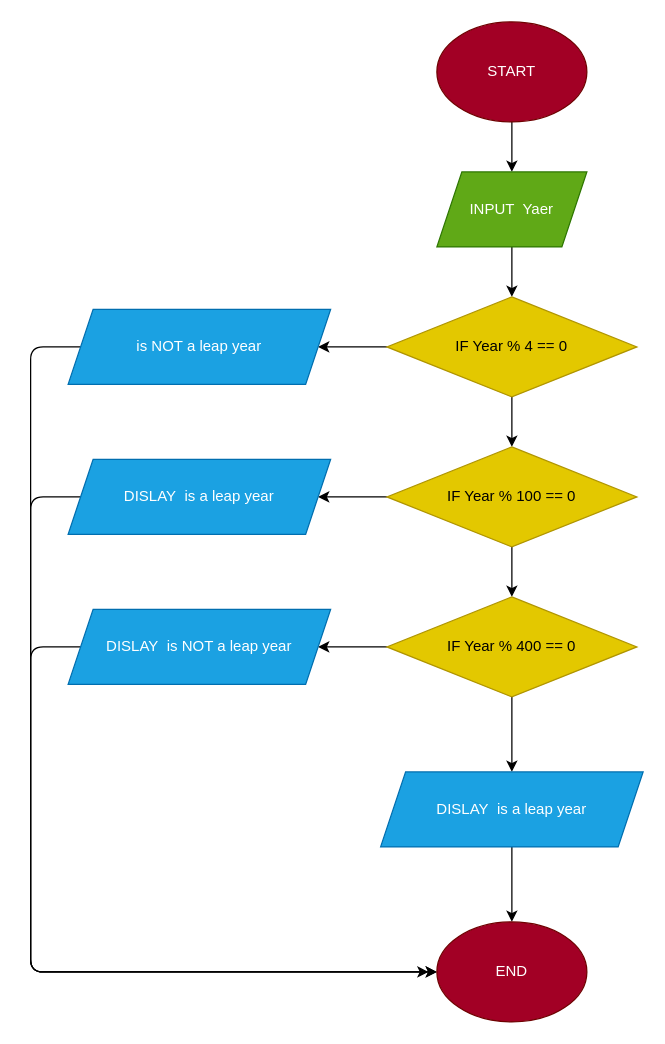
The draw.io diagram SESSION_07/Class/S7C_Ex_06.dio in dangvomytan/FrondEnd_Basic, before the edit. Source tidied: cells renumbered, new cells numbered last; positions are measured from the earlier drawing's top-left corner, leaving out a move shared by most shapes. Both pictures are drawn from the tidied source at 125%, with x=0, y=0 at pixel (30, 21).
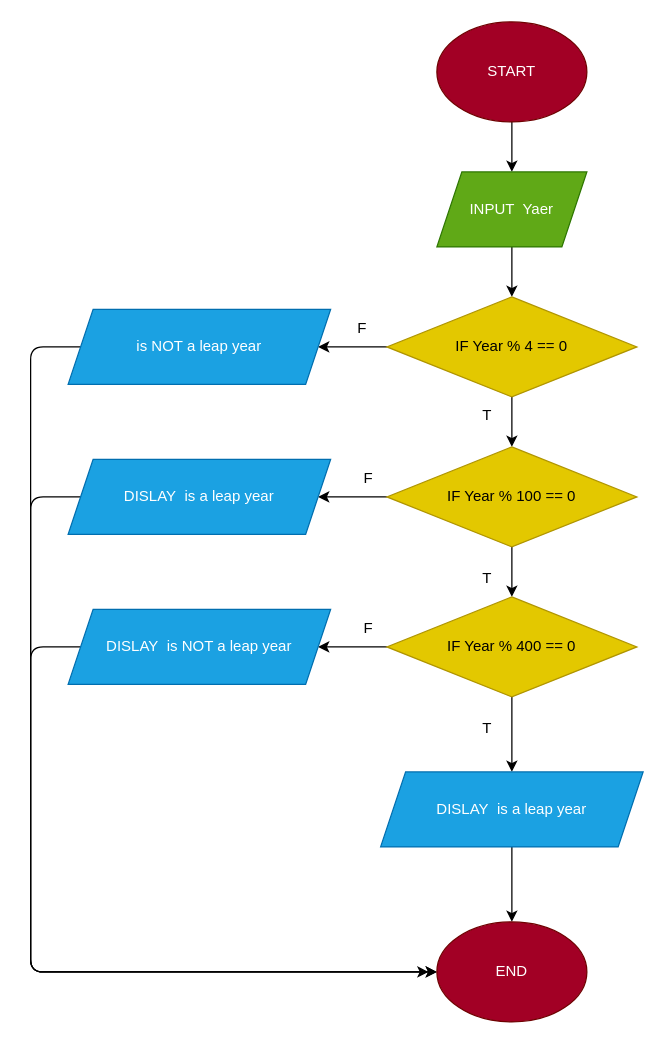
The same page after the edit.

What changed in the source:
```diff
@@
+    <mxCell id="24" value="T" style="text;html=1;align=center;verticalAlign=middle;strokeColor=none;fillColor=none;" parent="1" vertex="1">
+      <mxGeometry x="350" y="300" width="30" height="30" as="geometry" />
+    </mxCell>
+    <mxCell id="25" value="T" style="text;html=1;align=center;verticalAlign=middle;strokeColor=none;fillColor=none;" parent="1" vertex="1">
+      <mxGeometry x="350" y="430" width="30" height="30" as="geometry" />
+    </mxCell>
+    <mxCell id="26" value="T" style="text;html=1;align=center;verticalAlign=middle;strokeColor=none;fillColor=none;" parent="1" vertex="1">
+      <mxGeometry x="350" y="550" width="30" height="30" as="geometry" />
+    </mxCell>
+    <mxCell id="27" value="F" style="text;html=1;align=center;verticalAlign=middle;strokeColor=none;fillColor=none;" parent="1" vertex="1">
+      <mxGeometry x="250" y="230" width="30" height="30" as="geometry" />
+    </mxCell>
+    <mxCell id="28" value="F" style="text;html=1;align=center;verticalAlign=middle;strokeColor=none;fillColor=none;" parent="1" vertex="1">
+      <mxGeometry x="255" y="350" width="30" height="30" as="geometry" />
+    </mxCell>
+    <mxCell id="29" value="F" style="text;html=1;align=center;verticalAlign=middle;strokeColor=none;fillColor=none;" parent="1" vertex="1">
+      <mxGeometry x="255" y="470" width="30" height="30" as="geometry" />
+    </mxCell>
```
